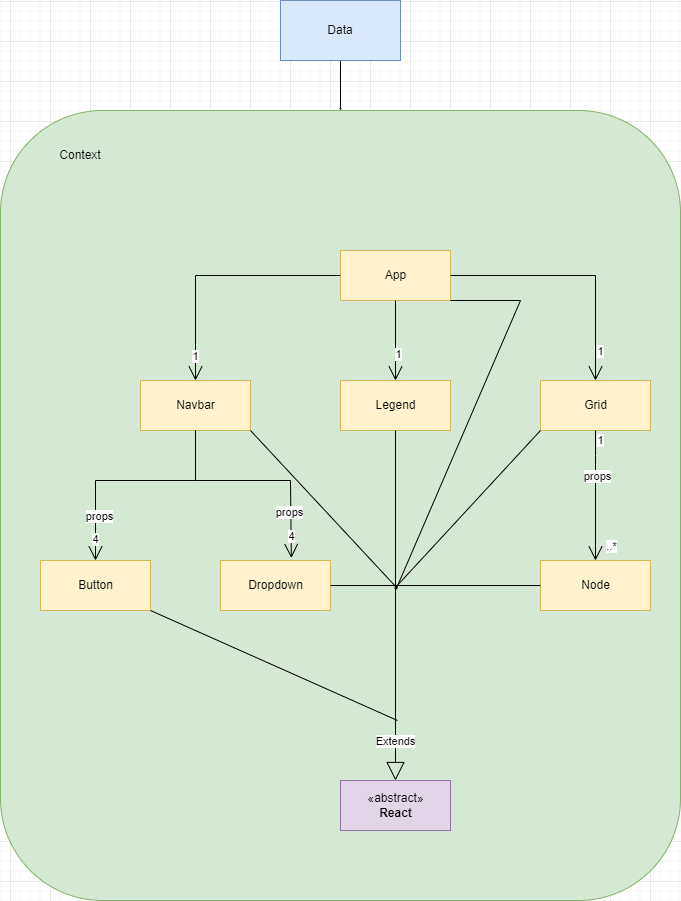
Earlier version of the draw.io export umls/components.drawio.png (borsym/Pathfinding-visualization). Source tidied: cells renumbered, new cells last; positions are measured from the earlier drawing's top-left corner, leaving out a move shared by most shapes. Its diagram source:
```xml
<mxGraphModel>
  <root>
    <mxCell id="0" />
    <mxCell id="1" parent="0" />
    <mxCell id="2" style="rounded=1;whiteSpace=wrap;html=1;fillColor=#d5e8d4;strokeColor=#82b366;" parent="1" vertex="1">
      <mxGeometry y="110" width="680" height="790" as="geometry" />
    </mxCell>
    <mxCell id="3" value="App" style="html=1;fillColor=#fff2cc;strokeColor=#d6b656;" parent="1" vertex="1">
      <mxGeometry x="340" y="250" width="110" height="50" as="geometry" />
    </mxCell>
    <mxCell id="4" value="Legend" style="html=1;fillColor=#fff2cc;strokeColor=#d6b656;" parent="1" vertex="1">
      <mxGeometry x="340" y="380" width="110" height="50" as="geometry" />
    </mxCell>
    <mxCell id="5" value="Navbar" style="html=1;fillColor=#fff2cc;strokeColor=#d6b656;" parent="1" vertex="1">
      <mxGeometry x="140" y="380" width="110" height="50" as="geometry" />
    </mxCell>
    <mxCell id="6" value="Grid" style="html=1;fillColor=#fff2cc;strokeColor=#d6b656;" parent="1" vertex="1">
      <mxGeometry x="540" y="380" width="110" height="50" as="geometry" />
    </mxCell>
    <mxCell id="7" style="endArrow=open;endFill=1;endSize=12;html=1;rounded=0;exitX=0;exitY=0.5;exitDx=0;exitDy=0;entryX=0.5;entryY=0;entryDx=0;entryDy=0;" parent="1" edge="1" source="3" target="5">
      <mxGeometry relative="1" as="geometry">
        <Array as="points">
          <mxPoint x="195" y="275" />
        </Array>
      </mxGeometry>
    </mxCell>
    <mxCell id="8" value="1" style="edgeLabel;html=1;align=center;verticalAlign=middle;" parent="7" vertex="1">
      <mxGeometry x="0.8" y="-1" relative="1" as="geometry" />
    </mxCell>
    <mxCell id="9" style="endArrow=open;endFill=1;endSize=12;html=1;rounded=0;exitX=1;exitY=0.5;exitDx=0;exitDy=0;entryX=0.5;entryY=0;entryDx=0;entryDy=0;" parent="1" edge="1" source="3" target="6">
      <mxGeometry relative="1" as="geometry">
        <Array as="points">
          <mxPoint x="595" y="275" />
        </Array>
      </mxGeometry>
    </mxCell>
    <mxCell id="10" value="1" style="edgeLabel;html=1;align=center;verticalAlign=middle;" parent="9" vertex="1">
      <mxGeometry x="0.75" y="4" relative="1" as="geometry" />
    </mxCell>
    <mxCell id="11" style="endArrow=open;endFill=1;endSize=12;html=1;rounded=0;exitX=0.5;exitY=1;exitDx=0;exitDy=0;entryX=0.5;entryY=0;entryDx=0;entryDy=0;" parent="1" edge="1" source="3" target="4">
      <mxGeometry relative="1" as="geometry" />
    </mxCell>
    <mxCell id="12" value="1" style="edgeLabel;html=1;align=center;verticalAlign=middle;" parent="11" vertex="1">
      <mxGeometry x="0.33" y="2" relative="1" as="geometry" />
    </mxCell>
    <mxCell id="13" value="Button" style="html=1;fillColor=#fff2cc;strokeColor=#d6b656;" parent="1" vertex="1">
      <mxGeometry x="40" y="560" width="110" height="50" as="geometry" />
    </mxCell>
    <mxCell id="14" value="Dropdown" style="html=1;fillColor=#fff2cc;strokeColor=#d6b656;" parent="1" vertex="1">
      <mxGeometry x="220" y="560" width="110" height="50" as="geometry" />
    </mxCell>
    <mxCell id="15" style="endArrow=open;endFill=1;endSize=12;html=1;rounded=0;exitX=0.5;exitY=1;exitDx=0;exitDy=0;entryX=0.5;entryY=0;entryDx=0;entryDy=0;" parent="1" edge="1" source="5" target="13">
      <mxGeometry relative="1" as="geometry">
        <Array as="points">
          <mxPoint x="195" y="480" />
          <mxPoint x="95" y="480" />
        </Array>
      </mxGeometry>
    </mxCell>
    <mxCell id="16" value="4" style="edgeLabel;html=1;align=center;verticalAlign=middle;" parent="15" vertex="1">
      <mxGeometry x="0.8" y="-1" relative="1" as="geometry" />
    </mxCell>
    <mxCell id="17" style="endArrow=open;endFill=1;endSize=12;html=1;rounded=0;exitX=0.5;exitY=1;exitDx=0;exitDy=0;entryX=0.644;entryY=-0.049;entryDx=0;entryDy=0;entryPerimeter=0;" parent="1" edge="1" source="5" target="14">
      <mxGeometry relative="1" as="geometry">
        <Array as="points">
          <mxPoint x="195" y="480" />
          <mxPoint x="290" y="480" />
        </Array>
      </mxGeometry>
    </mxCell>
    <mxCell id="18" value="4" style="edgeLabel;html=1;align=center;verticalAlign=middle;" parent="17" vertex="1">
      <mxGeometry x="0.8" y="-1" relative="1" as="geometry" />
    </mxCell>
    <mxCell id="19" value="Node" style="html=1;fillColor=#fff2cc;strokeColor=#d6b656;" parent="1" vertex="1">
      <mxGeometry x="540" y="560" width="110" height="50" as="geometry" />
    </mxCell>
    <mxCell id="20" value="1" style="endArrow=open;endFill=1;endSize=12;html=1;rounded=0;exitX=0.5;exitY=1;exitDx=0;exitDy=0;entryX=0.5;entryY=0;entryDx=0;entryDy=0;" parent="1" edge="1" source="6" target="19">
      <mxGeometry x="-0.86" y="5" relative="1" as="geometry">
        <Array as="points">
          <mxPoint x="595" y="455" />
        </Array>
      </mxGeometry>
    </mxCell>
    <mxCell id="21" value="..*" style="edgeLabel;html=1;align=center;verticalAlign=middle;" parent="20" vertex="1">
      <mxGeometry x="0.75" y="4" relative="1" as="geometry">
        <mxPoint x="11" as="offset" />
      </mxGeometry>
    </mxCell>
    <mxCell id="22" value="props" style="edgeLabel;html=1;align=center;verticalAlign=middle;" parent="20" vertex="1">
      <mxGeometry x="-0.3" y="1" relative="1" as="geometry" />
    </mxCell>
    <mxCell id="23" value="«abstract»&lt;br&gt;&lt;b&gt;React&lt;/b&gt;" style="html=1;fillColor=#e1d5e7;strokeColor=#9673a6;" parent="1" vertex="1">
      <mxGeometry x="340" y="780" width="110" height="50" as="geometry" />
    </mxCell>
    <mxCell id="24" value="Extends" style="endArrow=block;endSize=16;endFill=0;html=1;rounded=0;entryX=0.5;entryY=0;entryDx=0;entryDy=0;exitX=0.5;exitY=1;exitDx=0;exitDy=0;" parent="1" edge="1" source="4" target="23">
      <mxGeometry x="0.77" relative="1" as="geometry">
        <mxPoint y="1" as="offset" />
      </mxGeometry>
    </mxCell>
    <mxCell id="25" style="endArrow=none;html=1;rounded=0;entryX=1;entryY=0.5;entryDx=0;entryDy=0;endSize=0;jumpSize=3;strokeWidth=1;" parent="1" edge="1" target="14">
      <mxGeometry relative="1" as="geometry">
        <mxPoint x="396" y="585" as="sourcePoint" />
      </mxGeometry>
    </mxCell>
    <mxCell id="26" style="endArrow=none;html=1;rounded=0;endSize=0;jumpSize=3;strokeWidth=1;exitX=0;exitY=0.5;exitDx=0;exitDy=0;" parent="1" edge="1" source="19">
      <mxGeometry relative="1" as="geometry">
        <mxPoint x="394" y="585" as="targetPoint" />
      </mxGeometry>
    </mxCell>
    <mxCell id="27" style="endArrow=none;html=1;rounded=0;endSize=0;jumpSize=3;strokeWidth=1;exitX=0;exitY=1;exitDx=0;exitDy=0;" parent="1" edge="1" source="6">
      <mxGeometry relative="1" as="geometry">
        <mxPoint x="394" y="588" as="targetPoint" />
      </mxGeometry>
    </mxCell>
    <mxCell id="28" style="endArrow=none;html=1;rounded=0;endSize=0;jumpSize=3;strokeWidth=1;exitX=1;exitY=1;exitDx=0;exitDy=0;" parent="1" edge="1" source="5">
      <mxGeometry relative="1" as="geometry">
        <mxPoint x="397" y="588" as="targetPoint" />
      </mxGeometry>
    </mxCell>
    <mxCell id="29" style="endArrow=none;html=1;rounded=0;endSize=0;jumpSize=3;strokeWidth=1;entryX=1;entryY=1;entryDx=0;entryDy=0;" parent="1" edge="1" target="13">
      <mxGeometry relative="1" as="geometry">
        <mxPoint x="397" y="720" as="sourcePoint" />
      </mxGeometry>
    </mxCell>
    <mxCell id="30" style="endArrow=none;html=1;rounded=0;endSize=0;jumpSize=3;strokeWidth=1;exitX=1;exitY=1;exitDx=0;exitDy=0;" parent="1" edge="1" source="3">
      <mxGeometry relative="1" as="geometry">
        <mxPoint x="395" y="590" as="targetPoint" />
        <Array as="points">
          <mxPoint x="520" y="300" />
        </Array>
      </mxGeometry>
    </mxCell>
    <mxCell id="31" value="Context" style="text;html=1;strokeColor=none;fillColor=none;align=center;verticalAlign=middle;whiteSpace=wrap;rounded=0;" parent="1" vertex="1">
      <mxGeometry x="50" y="140" width="60" height="30" as="geometry" />
    </mxCell>
    <mxCell id="32" style="edgeStyle=orthogonalEdgeStyle;rounded=0;jumpSize=3;jettySize=auto;html=1;endSize=0;strokeWidth=1;" parent="1" edge="1" source="33" target="2">
      <mxGeometry relative="1" as="geometry" />
    </mxCell>
    <mxCell id="33" value="Data" style="rounded=0;whiteSpace=wrap;html=1;fillColor=#dae8fc;strokeColor=#6c8ebf;" parent="1" vertex="1">
      <mxGeometry x="280" width="120" height="60" as="geometry" />
    </mxCell>
    <mxCell id="34" value="props" style="edgeLabel;html=1;align=center;verticalAlign=middle;" parent="1" vertex="1">
      <mxGeometry x="606" y="485.3" as="geometry">
        <mxPoint x="-318" y="25" as="offset" />
      </mxGeometry>
    </mxCell>
    <mxCell id="35" value="props" style="edgeLabel;html=1;align=center;verticalAlign=middle;" parent="1" vertex="1">
      <mxGeometry x="606" y="480" as="geometry">
        <mxPoint x="-508" y="35" as="offset" />
      </mxGeometry>
    </mxCell>
  </root>
</mxGraphModel>
```
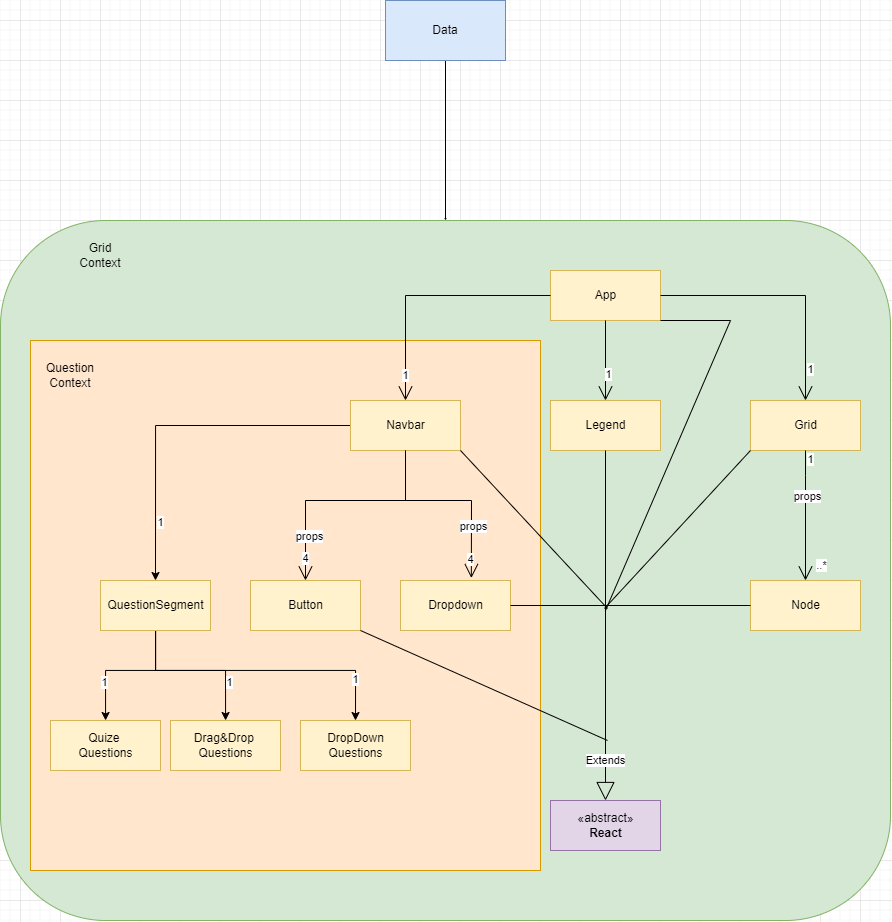
Later version of the same file.

Change to the diagram source:
```diff
@@ -3,14 +3,23 @@
     <mxCell id="0" />
     <mxCell id="1" parent="0" />
     <mxCell id="2" style="rounded=1;whiteSpace=wrap;html=1;fillColor=#d5e8d4;strokeColor=#82b366;" parent="1" vertex="1">
-      <mxGeometry y="110" width="680" height="790" as="geometry" />
+      <mxGeometry x="-210" y="200" width="890" height="700" as="geometry" />
     </mxCell>
+    <mxCell id="36" style="rounded=0;whiteSpace=wrap;html=1;labelBackgroundColor=none;fillColor=#ffe6cc;strokeColor=#d79b00;" parent="1" vertex="1">
+      <mxGeometry x="-180" y="320" width="510" height="530" as="geometry" />
+    </mxCell>
     <mxCell id="3" value="App" style="html=1;fillColor=#fff2cc;strokeColor=#d6b656;" parent="1" vertex="1">
       <mxGeometry x="340" y="250" width="110" height="50" as="geometry" />
     </mxCell>
     <mxCell id="4" value="Legend" style="html=1;fillColor=#fff2cc;strokeColor=#d6b656;" parent="1" vertex="1">
       <mxGeometry x="340" y="380" width="110" height="50" as="geometry" />
     </mxCell>
+    <mxCell id="37" style="edgeStyle=orthogonalEdgeStyle;rounded=0;jettySize=auto;html=1;entryX=0.5;entryY=0;entryDx=0;entryDy=0;" parent="1" edge="1" source="5" target="45">
+      <mxGeometry relative="1" as="geometry" />
+    </mxCell>
+    <mxCell id="38" value="1" style="edgeLabel;html=1;align=center;verticalAlign=middle;" parent="37" vertex="1">
+      <mxGeometry x="0.67" y="4" relative="1" as="geometry" />
+    </mxCell>
     <mxCell id="5" value="Navbar" style="html=1;fillColor=#fff2cc;strokeColor=#d6b656;" parent="1" vertex="1">
       <mxGeometry x="140" y="380" width="110" height="50" as="geometry" />
     </mxCell>
@@ -47,7 +56,7 @@
       <mxGeometry x="40" y="560" width="110" height="50" as="geometry" />
     </mxCell>
     <mxCell id="14" value="Dropdown" style="html=1;fillColor=#fff2cc;strokeColor=#d6b656;" parent="1" vertex="1">
-      <mxGeometry x="220" y="560" width="110" height="50" as="geometry" />
+      <mxGeometry x="190" y="560" width="110" height="50" as="geometry" />
     </mxCell>
     <mxCell id="15" style="endArrow=open;endFill=1;endSize=12;html=1;rounded=0;exitX=0.5;exitY=1;exitDx=0;exitDy=0;entryX=0.5;entryY=0;entryDx=0;entryDy=0;" parent="1" edge="1" source="5" target="13">
       <mxGeometry relative="1" as="geometry">
@@ -64,7 +73,7 @@
       <mxGeometry relative="1" as="geometry">
         <Array as="points">
           <mxPoint x="195" y="480" />
-          <mxPoint x="290" y="480" />
+          <mxPoint x="261" y="480" />
         </Array>
       </mxGeometry>
     </mxCell>
@@ -130,17 +139,17 @@
         </Array>
       </mxGeometry>
     </mxCell>
-    <mxCell id="31" value="Context" style="text;html=1;strokeColor=none;fillColor=none;align=center;verticalAlign=middle;whiteSpace=wrap;rounded=0;" parent="1" vertex="1">
-      <mxGeometry x="50" y="140" width="60" height="30" as="geometry" />
+    <mxCell id="31" value="Grid&lt;br&gt;Context" style="text;html=1;strokeColor=none;fillColor=none;align=center;verticalAlign=middle;whiteSpace=wrap;rounded=0;" parent="1" vertex="1">
+      <mxGeometry x="-140" y="220" width="60" height="30" as="geometry" />
     </mxCell>
     <mxCell id="32" style="edgeStyle=orthogonalEdgeStyle;rounded=0;jumpSize=3;jettySize=auto;html=1;endSize=0;strokeWidth=1;" parent="1" edge="1" source="33" target="2">
       <mxGeometry relative="1" as="geometry" />
     </mxCell>
     <mxCell id="33" value="Data" style="rounded=0;whiteSpace=wrap;html=1;fillColor=#dae8fc;strokeColor=#6c8ebf;" parent="1" vertex="1">
-      <mxGeometry x="280" width="120" height="60" as="geometry" />
+      <mxGeometry x="175" y="-20" width="120" height="60" as="geometry" />
     </mxCell>
     <mxCell id="34" value="props" style="edgeLabel;html=1;align=center;verticalAlign=middle;" parent="1" vertex="1">
-      <mxGeometry x="606" y="485.3" as="geometry">
+      <mxGeometry x="580" y="480" as="geometry">
         <mxPoint x="-318" y="25" as="offset" />
       </mxGeometry>
     </mxCell>
@@ -149,5 +158,53 @@
         <mxPoint x="-508" y="35" as="offset" />
       </mxGeometry>
     </mxCell>
+    <mxCell id="39" style="edgeStyle=orthogonalEdgeStyle;rounded=0;jettySize=auto;html=1;entryX=0.5;entryY=0;entryDx=0;entryDy=0;" parent="1" edge="1" source="45" target="46">
+      <mxGeometry relative="1" as="geometry">
+        <Array as="points">
+          <mxPoint x="-55" y="650" />
+          <mxPoint x="145" y="650" />
+        </Array>
+      </mxGeometry>
+    </mxCell>
+    <mxCell id="40" value="1" style="edgeLabel;html=1;align=center;verticalAlign=middle;" parent="39" vertex="1">
+      <mxGeometry x="0.71" y="-1" relative="1" as="geometry" />
+    </mxCell>
+    <mxCell id="41" style="edgeStyle=orthogonalEdgeStyle;rounded=0;jettySize=auto;html=1;" parent="1" edge="1" source="45" target="47">
+      <mxGeometry relative="1" as="geometry">
+        <Array as="points">
+          <mxPoint x="-55" y="650" />
+          <mxPoint x="15" y="650" />
+        </Array>
+      </mxGeometry>
+    </mxCell>
+    <mxCell id="42" value="1" style="edgeLabel;html=1;align=center;verticalAlign=middle;" parent="41" vertex="1">
+      <mxGeometry x="0.52" y="3" relative="1" as="geometry" />
+    </mxCell>
+    <mxCell id="43" style="edgeStyle=orthogonalEdgeStyle;rounded=0;jettySize=auto;html=1;" parent="1" edge="1" source="45" target="48">
+      <mxGeometry relative="1" as="geometry">
+        <Array as="points">
+          <mxPoint x="-55" y="650" />
+          <mxPoint x="-105" y="650" />
+        </Array>
+      </mxGeometry>
+    </mxCell>
+    <mxCell id="44" value="1" style="edgeLabel;html=1;align=center;verticalAlign=middle;" parent="43" vertex="1">
+      <mxGeometry x="0.45" y="-2" relative="1" as="geometry" />
+    </mxCell>
+    <mxCell id="45" value="QuestionSegment" style="html=1;fillColor=#fff2cc;strokeColor=#d6b656;" parent="1" vertex="1">
+      <mxGeometry x="-110" y="560" width="110" height="50" as="geometry" />
+    </mxCell>
+    <mxCell id="46" value="DropDown&lt;br&gt;Questions" style="html=1;fillColor=#fff2cc;strokeColor=#d6b656;" parent="1" vertex="1">
+      <mxGeometry x="90" y="700" width="110" height="50" as="geometry" />
+    </mxCell>
+    <mxCell id="47" value="Drag&amp;amp;Drop &lt;br&gt;Questions" style="html=1;fillColor=#fff2cc;strokeColor=#d6b656;" parent="1" vertex="1">
+      <mxGeometry x="-40" y="700" width="110" height="50" as="geometry" />
+    </mxCell>
+    <mxCell id="48" value="Quize &lt;br&gt;Questions" style="html=1;fillColor=#fff2cc;strokeColor=#d6b656;" parent="1" vertex="1">
+      <mxGeometry x="-160" y="700" width="110" height="50" as="geometry" />
+    </mxCell>
+    <mxCell id="49" value="Question Context" style="text;html=1;strokeColor=none;fillColor=none;align=center;verticalAlign=middle;whiteSpace=wrap;rounded=0;labelBackgroundColor=none;" parent="1" vertex="1">
+      <mxGeometry x="-170" y="340" width="60" height="30" as="geometry" />
+    </mxCell>
   </root>
 </mxGraphModel>
```
